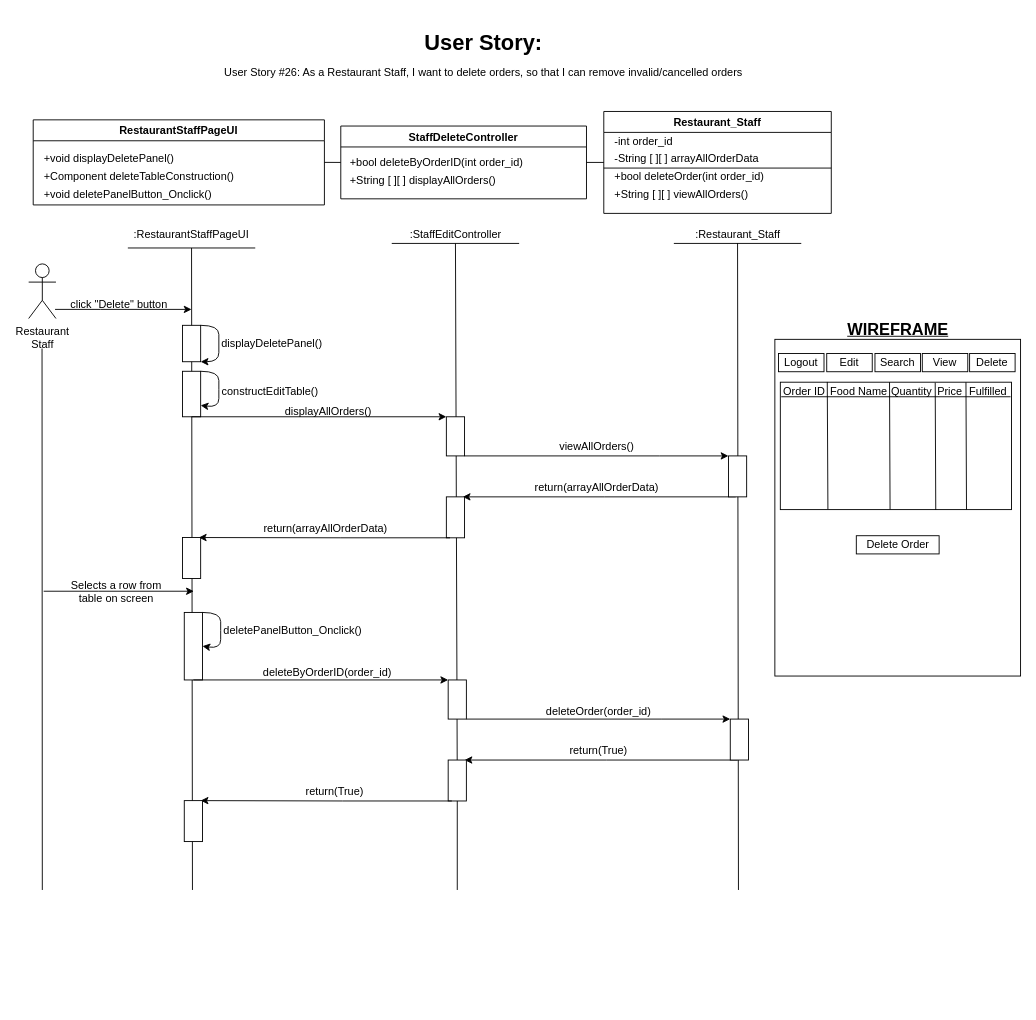
This is BCE_UML_and_Diagrams/RestaurantStaff/RestaurantStaff_Delete/UserStory#26_RestaurantStaff_Delete.drawio from extred5700/JAVAGUI-Restaurant-Table-Order-System, a draw.io file, before an edit. Source tidied: cells renumbered, new cells numbered last; positions are measured from the earlier drawing's top-left corner, leaving out a move shared by most shapes. Both pictures are drawn from the tidied source at 91%, with x=0, y=0 at pixel (28, 25).
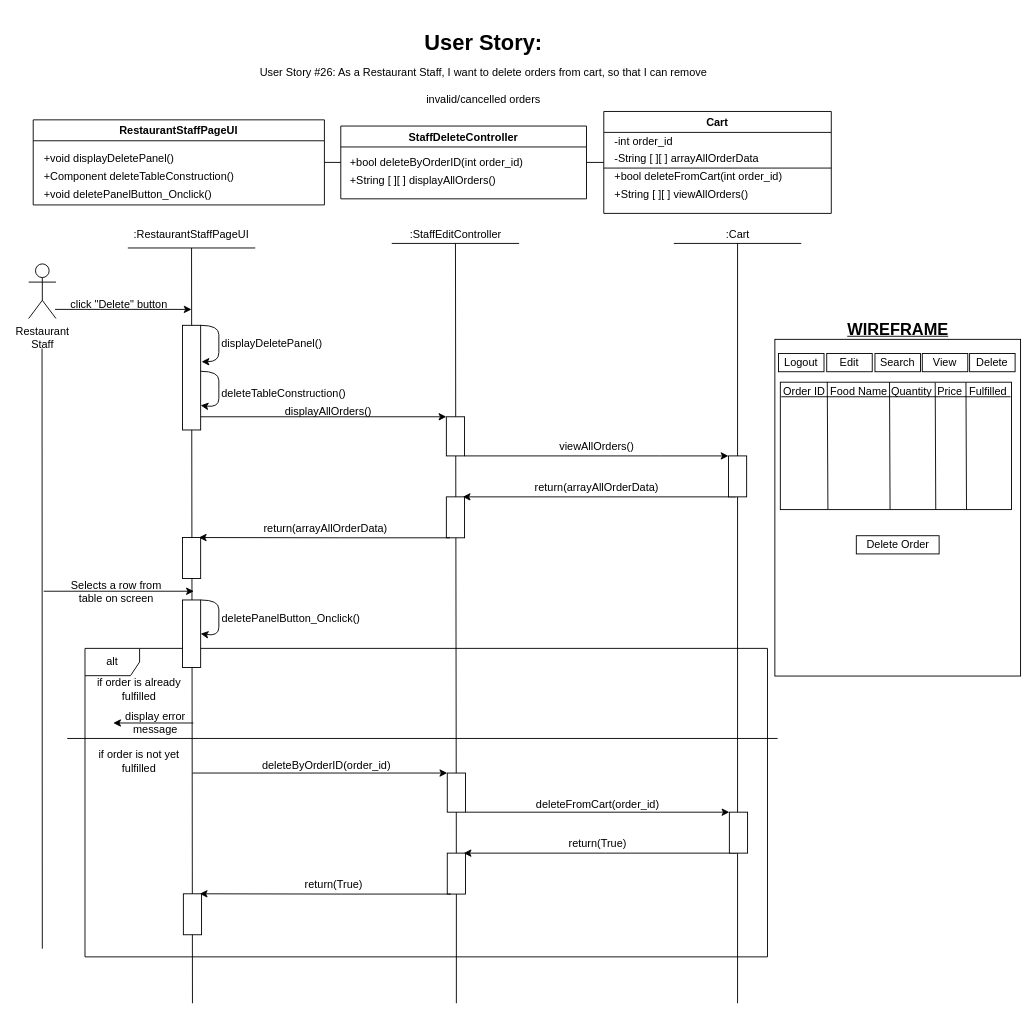
The same page after the edit.

Diff of the diagram source:
```diff
@@
+    <mxCell id="86" value="alt" style="shape=umlFrame;whiteSpace=wrap;html=1;" parent="1" vertex="1">
+      <mxGeometry x="61.9" y="685" width="750" height="339" as="geometry" />
+    </mxCell>
+    <mxCell id="74" style="endArrow=classic;html=1;rounded=0;entryX=0;entryY=0;entryDx=0;entryDy=0;" parent="1" edge="1">
+      <mxGeometry relative="1" as="geometry">
+        <mxPoint x="179" y="430.5" as="sourcePoint" />
+        <mxPoint x="459" y="430.5" as="targetPoint" />
+      </mxGeometry>
+    </mxCell>
     <mxCell id="2" style="endArrow=none;html=1;rounded=0;fontSize=17;" parent="1" edge="1">
       <mxGeometry relative="1" as="geometry">
-        <mxPoint x="180" y="950.5" as="sourcePoint" />
+        <mxPoint x="180" y="1075" as="sourcePoint" />
         <mxPoint x="179" y="245" as="targetPoint" />
       </mxGeometry>
     </mxCell>
     <mxCell id="3" style="rounded=0;whiteSpace=wrap;html=1;" parent="1" vertex="1">
-      <mxGeometry x="171" y="645.5" width="20" height="74.2" as="geometry" />
+      <mxGeometry x="169" y="631.8" width="20" height="74.2" as="geometry" />
     </mxCell>
@@
-    <mxCell id="12" value="Restaurant_Staff" style="swimlane;" parent="1" vertex="1">
+    <mxCell id="12" value="Cart" style="swimlane;" parent="1" vertex="1">
       <mxGeometry x="632" y="95" width="250" height="112" as="geometry" />
     </mxCell>
@@
-    <mxCell id="15" value="&lt;div style=&quot;text-align: justify&quot;&gt;&lt;span&gt;+bool deleteOrder(int order_id)&lt;/span&gt;&lt;/div&gt;" style="text;html=1;align=left;verticalAlign=middle;strokeColor=none;fillColor=none;" parent="12" vertex="1">
-      <mxGeometry x="10" y="62.2" width="180" height="20" as="geometry" />
+    <mxCell id="15" value="&lt;div style=&quot;text-align: justify&quot;&gt;&lt;span&gt;+bool deleteFromCart(int order_id)&lt;/span&gt;&lt;/div&gt;" style="text;html=1;align=left;verticalAlign=middle;strokeColor=none;fillColor=none;" parent="12" vertex="1">
+      <mxGeometry x="10" y="62.2" width="200" height="20" as="geometry" />
     </mxCell>
@@
-    <mxCell id="24" value=":Restaurant_Staff" style="text;html=1;align=center;verticalAlign=middle;points=[];strokeColor=none;fillColor=none;" parent="1" vertex="1">
-      <mxGeometry x="724" y="220" width="110" height="20" as="geometry" />
+    <mxCell id="24" value=":Cart" style="text;html=1;align=center;verticalAlign=middle;points=[];strokeColor=none;fillColor=none;" parent="1" vertex="1">
+      <mxGeometry x="759" y="220" width="40" height="20" as="geometry" />
     </mxCell>
@@
     <mxCell id="28" style="curved=1;endArrow=classic;html=1;rounded=0;entryX=1;entryY=0.5;entryDx=0;entryDy=0;exitX=1;exitY=0;exitDx=0;exitDy=0;" parent="1" edge="1" source="3" target="3">
       <mxGeometry relative="1" as="geometry">
         <Array as="points">
-          <mxPoint x="211" y="645.5" />
-          <mxPoint x="211" y="665.5" />
-          <mxPoint x="211" y="685.5" />
+          <mxPoint x="209" y="631.8" />
+          <mxPoint x="209" y="651.8" />
+          <mxPoint x="209" y="671.8" />
         </Array>
       </mxGeometry>
     </mxCell>
     <mxCell id="29" value="&lt;span style=&quot;text-align: left&quot;&gt;deletePanelButton_Onclick()&lt;/span&gt;" style="text;html=1;align=center;verticalAlign=middle;strokeColor=none;fillColor=none;" parent="1" vertex="1">
-      <mxGeometry x="205" y="655.5" width="170" height="20" as="geometry" />
+      <mxGeometry x="203" y="641.8" width="170" height="20" as="geometry" />
     </mxCell>
     <mxCell id="30" style="endArrow=classic;html=1;rounded=0;entryX=0;entryY=0;entryDx=0;entryDy=0;" parent="1" edge="1">
       <mxGeometry relative="1" as="geometry">
-        <mxPoint x="181" y="719.7" as="sourcePoint" />
-        <mxPoint x="461" y="719.7" as="targetPoint" />
+        <mxPoint x="180" y="822" as="sourcePoint" />
+        <mxPoint x="460" y="822" as="targetPoint" />
       </mxGeometry>
     </mxCell>
     <mxCell id="31" value="deleteByOrderID(order_id)" style="text;html=1;align=center;verticalAlign=middle;strokeColor=none;fillColor=none;" parent="1" vertex="1">
-      <mxGeometry x="248" y="701.7" width="160" height="20" as="geometry" />
+      <mxGeometry x="247" y="804" width="160" height="20" as="geometry" />
     </mxCell>
     <mxCell id="32" style="edgeStyle=orthogonalEdgeStyle;rounded=0;jettySize=auto;html=1;exitX=1;exitY=1;exitDx=0;exitDy=0;entryX=0;entryY=0;entryDx=0;entryDy=0;" parent="1" edge="1" source="45" target="43">
       <mxGeometry relative="1" as="geometry">
         <Array as="points">
-          <mxPoint x="695" y="762.7" />
-          <mxPoint x="695" y="762.7" />
+          <mxPoint x="694" y="865" />
+          <mxPoint x="694" y="865" />
         </Array>
       </mxGeometry>
     </mxCell>
@@
-    <mxCell id="34" value="deleteOrder(order_id)" style="text;html=1;align=center;verticalAlign=middle;strokeColor=none;fillColor=none;" parent="1" vertex="1">
-      <mxGeometry x="561" y="744.7" width="130" height="20" as="geometry" />
+    <mxCell id="34" value="deleteFromCart(order_id)" style="text;html=1;align=center;verticalAlign=middle;strokeColor=none;fillColor=none;" parent="1" vertex="1">
+      <mxGeometry x="550" y="847" width="150" height="20" as="geometry" />
     </mxCell>
     <mxCell id="35" style="endArrow=none;html=1;rounded=0;entryX=0.5;entryY=0.982;entryDx=0;entryDy=0;entryPerimeter=0;" parent="1" edge="1" target="24">
       <mxGeometry relative="1" as="geometry">
-        <mxPoint x="780" y="950.5" as="sourcePoint" />
+        <mxPoint x="779" y="1075" as="sourcePoint" />
       </mxGeometry>
     </mxCell>
@@
     <mxCell id="42" style="edgeStyle=orthogonalEdgeStyle;rounded=0;orthogonalLoop=1;jettySize=auto;html=1;exitX=0;exitY=1;exitDx=0;exitDy=0;entryX=0.5;entryY=0;entryDx=0;entryDy=0;fontSize=12;" parent="1" edge="1">
       <mxGeometry relative="1" as="geometry">
-        <mxPoint x="779" y="807.7" as="sourcePoint" />
-        <mxPoint x="479" y="807.7" as="targetPoint" />
+        <mxPoint x="778" y="910" as="sourcePoint" />
+        <mxPoint x="478" y="910" as="targetPoint" />
         <Array as="points">
-          <mxPoint x="635" y="807.7" />
-          <mxPoint x="635" y="807.7" />
+          <mxPoint x="634" y="910" />
+          <mxPoint x="634" y="910" />
         </Array>
       </mxGeometry>
     </mxCell>
     <mxCell id="43" style="rounded=0;whiteSpace=wrap;html=1;" parent="1" vertex="1">
-      <mxGeometry x="771" y="762.7" width="20" height="45" as="geometry" />
+      <mxGeometry x="770" y="865" width="20" height="45" as="geometry" />
     </mxCell>
@@
     <mxCell id="45" style="rounded=0;whiteSpace=wrap;html=1;" parent="1" vertex="1">
-      <mxGeometry x="461" y="719.7" width="20" height="43" as="geometry" />
+      <mxGeometry x="460" y="822" width="20" height="43" as="geometry" />
     </mxCell>
-    <mxCell id="46" style="curved=1;endArrow=classic;html=1;rounded=0;entryX=1;entryY=1;entryDx=0;entryDy=0;exitX=1;exitY=0;exitDx=0;exitDy=0;" parent="1" edge="1" source="47" target="47">
+    <mxCell id="46" style="curved=1;endArrow=classic;html=1;rounded=0;exitX=1;exitY=0;exitDx=0;exitDy=0;" parent="1" edge="1" source="47">
       <mxGeometry relative="1" as="geometry">
+        <mxPoint x="190" y="370" as="targetPoint" />
         <Array as="points">
           <mxPoint x="209" y="330" />
           <mxPoint x="209" y="350" />
           <mxPoint x="209" y="370" />
         </Array>
       </mxGeometry>
     </mxCell>
     <mxCell id="47" style="rounded=0;whiteSpace=wrap;html=1;" parent="1" vertex="1">
-      <mxGeometry x="169" y="330" width="20" height="40" as="geometry" />
+      <mxGeometry x="169" y="330" width="20" height="115" as="geometry" />
     </mxCell>
@@
-    <mxCell id="61" value="&lt;h1&gt;User Story:&lt;br&gt;&lt;font style=&quot;font-size: 12px ; font-weight: normal&quot;&gt;User Story #26: As a Restaurant Staff, I want to delete orders, so that I can remove invalid/cancelled orders&lt;/font&gt;&lt;/h1&gt;" style="text;html=1;strokeColor=none;fillColor=none;spacing=5;spacingTop=-20;whiteSpace=wrap;overflow=hidden;rounded=0;align=center;" parent="1" vertex="1">
-      <mxGeometry x="210" width="580" height="100" as="geometry" />
+    <mxCell id="61" value="&lt;h1&gt;User Story:&lt;br&gt;&lt;font style=&quot;font-size: 12px ; font-weight: normal&quot;&gt;User Story #26: As a Restaurant Staff, I want to delete orders from cart, so that I can remove invalid/cancelled orders&lt;/font&gt;&lt;/h1&gt;" style="text;html=1;strokeColor=none;fillColor=none;spacing=5;spacingTop=-20;whiteSpace=wrap;overflow=hidden;rounded=0;align=center;" parent="1" vertex="1">
+      <mxGeometry x="210" width="580" height="95" as="geometry" />
     </mxCell>
     <mxCell id="62" style="rounded=0;whiteSpace=wrap;html=1;" parent="1" vertex="1">
-      <mxGeometry x="461" y="807.7" width="20" height="45" as="geometry" />
+      <mxGeometry x="460" y="910" width="20" height="45" as="geometry" />
     </mxCell>
     <mxCell id="63" style="endArrow=none;html=1;rounded=0;startArrow=none;entryX=0.5;entryY=1;entryDx=0;entryDy=0;entryPerimeter=0;" parent="1" edge="1" target="62">
       <mxGeometry relative="1" as="geometry">
-        <mxPoint x="471" y="950.5" as="sourcePoint" />
+        <mxPoint x="470" y="1075" as="sourcePoint" />
       </mxGeometry>
     </mxCell>
     <mxCell id="64" value="return(True)" style="text;html=1;align=center;verticalAlign=middle;strokeColor=none;fillColor=none;fontSize=12;" parent="1" vertex="1">
-      <mxGeometry x="586" y="788" width="80" height="20" as="geometry" />
+      <mxGeometry x="585" y="890.3" width="80" height="20" as="geometry" />
     </mxCell>
     <mxCell id="65" style="edgeStyle=orthogonalEdgeStyle;rounded=0;orthogonalLoop=1;jettySize=auto;html=1;entryX=0.5;entryY=0;entryDx=0;entryDy=0;fontSize=12;" parent="1" edge="1">
       <mxGeometry relative="1" as="geometry">
-        <mxPoint x="465" y="852.7" as="sourcePoint" />
-        <mxPoint x="189" y="852.3" as="targetPoint" />
+        <mxPoint x="464" y="955" as="sourcePoint" />
+        <mxPoint x="188" y="954.7" as="targetPoint" />
         <Array as="points">
-          <mxPoint x="345" y="852.3" />
-          <mxPoint x="345" y="852.3" />
+          <mxPoint x="344" y="954.7" />
+          <mxPoint x="344" y="954.7" />
         </Array>
       </mxGeometry>
     </mxCell>
     <mxCell id="66" style="rounded=0;whiteSpace=wrap;html=1;" parent="1" vertex="1">
-      <mxGeometry x="171" y="852.3" width="20" height="45" as="geometry" />
+      <mxGeometry x="170" y="954.7" width="20" height="45" as="geometry" />
     </mxCell>
     <mxCell id="67" value="return(True)" style="text;html=1;align=center;verticalAlign=middle;strokeColor=none;fillColor=none;fontSize=12;" parent="1" vertex="1">
-      <mxGeometry x="296" y="832.7" width="80" height="20" as="geometry" />
+      <mxGeometry x="295" y="935" width="80" height="20" as="geometry" />
     </mxCell>
-    <mxCell id="68" style="curved=1;endArrow=classic;html=1;rounded=0;entryX=1;entryY=0.75;entryDx=0;entryDy=0;exitX=1;exitY=0;exitDx=0;exitDy=0;" parent="1" edge="1" source="69" target="69">
+    <mxCell id="68" style="curved=1;endArrow=classic;html=1;rounded=0;entryX=1;entryY=0.75;entryDx=0;entryDy=0;exitX=1;exitY=0;exitDx=0;exitDy=0;" parent="1" edge="1">
       <mxGeometry relative="1" as="geometry">
+        <mxPoint x="189" y="380.5" as="sourcePoint" />
+        <mxPoint x="189" y="418" as="targetPoint" />
         <Array as="points">
           <mxPoint x="209" y="380.5" />
           <mxPoint x="209" y="400.5" />
           <mxPoint x="209" y="420.5" />
         </Array>
       </mxGeometry>
     </mxCell>
-    <mxCell id="69" style="rounded=0;whiteSpace=wrap;html=1;" parent="1" vertex="1">
-      <mxGeometry x="169" y="380.5" width="20" height="50" as="geometry" />
-    </mxCell>
-    <mxCell id="70" value="&lt;span style=&quot;font-size: 12px&quot;&gt;constructEditTable()&lt;/span&gt;" style="text;html=1;align=center;verticalAlign=middle;strokeColor=none;fillColor=none;fontSize=16;" parent="1" vertex="1">
-      <mxGeometry x="205" y="385.5" width="120" height="30" as="geometry" />
+    <mxCell id="70" value="&lt;span style=&quot;font-size: 12px&quot;&gt;deleteTableConstruction()&lt;/span&gt;" style="text;html=1;align=center;verticalAlign=middle;strokeColor=none;fillColor=none;fontSize=16;" parent="1" vertex="1">
+      <mxGeometry x="205" y="387.5" width="150" height="30" as="geometry" />
     </mxCell>
@@
     <mxCell id="73" style="endArrow=none;html=1;rounded=0;" parent="1" edge="1">
       <mxGeometry relative="1" as="geometry">
-        <mxPoint x="15" y="950.5" as="sourcePoint" />
+        <mxPoint x="15" y="1015" as="sourcePoint" />
         <mxPoint x="14.7" y="355.5" as="targetPoint" />
       </mxGeometry>
     </mxCell>
-    <mxCell id="74" style="endArrow=classic;html=1;rounded=0;entryX=0;entryY=0;entryDx=0;entryDy=0;" parent="1" edge="1">
-      <mxGeometry relative="1" as="geometry">
-        <mxPoint x="179" y="430.5" as="sourcePoint" />
-        <mxPoint x="459" y="430.5" as="targetPoint" />
-      </mxGeometry>
-    </mxCell>
@@
+    <mxCell id="87" style="endArrow=none;html=1;rounded=0;" parent="1" edge="1">
+      <mxGeometry relative="1" as="geometry">
+        <mxPoint x="42.4" y="784" as="sourcePoint" />
+        <mxPoint x="823" y="784" as="targetPoint" />
+      </mxGeometry>
+    </mxCell>
+    <mxCell id="88" value="if order is already&lt;br&gt;fulfilled" style="text;html=1;align=center;verticalAlign=middle;strokeColor=none;fillColor=none;" parent="1" vertex="1">
+      <mxGeometry x="65.9" y="715" width="110" height="30" as="geometry" />
+    </mxCell>
+    <mxCell id="89" value="if order is not yet&lt;br&gt;fulfilled" style="text;html=1;align=center;verticalAlign=middle;strokeColor=none;fillColor=none;" parent="1" vertex="1">
+      <mxGeometry x="70.9" y="794" width="100" height="30" as="geometry" />
+    </mxCell>
+    <mxCell id="90" style="endArrow=classic;html=1;rounded=0;" parent="1" edge="1">
+      <mxGeometry relative="1" as="geometry">
+        <mxPoint x="180.9" y="767" as="sourcePoint" />
+        <mxPoint x="92.9" y="767" as="targetPoint" />
+      </mxGeometry>
+    </mxCell>
+    <mxCell id="91" value="display error&lt;br&gt;message" style="text;html=1;align=center;verticalAlign=middle;strokeColor=none;fillColor=none;" parent="1" vertex="1">
+      <mxGeometry x="98.9" y="752" width="80" height="30" as="geometry" />
+    </mxCell>
```
